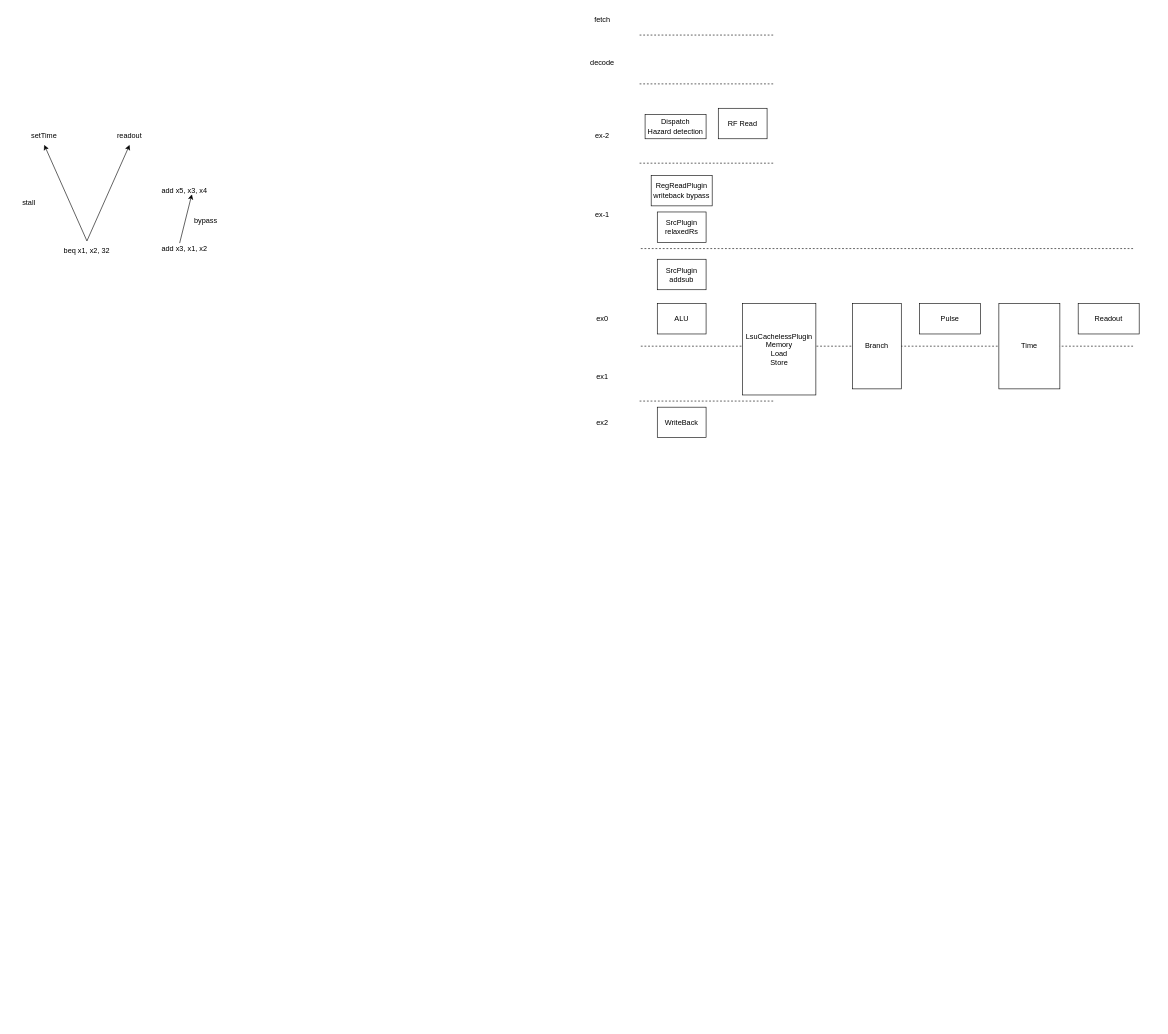
Earlier version of the draw.io diagram page "Page-1" (1 of 2) of pipeline.drawio (ethanlee515/riscq). Source tidied: cells renumbered, new cells numbered last; positions are measured from the earlier drawing's top-left corner, leaving out a move shared by most shapes. Both pictures are drawn from the tidied source at 61%, with x=0, y=0 at pixel (10, 10).
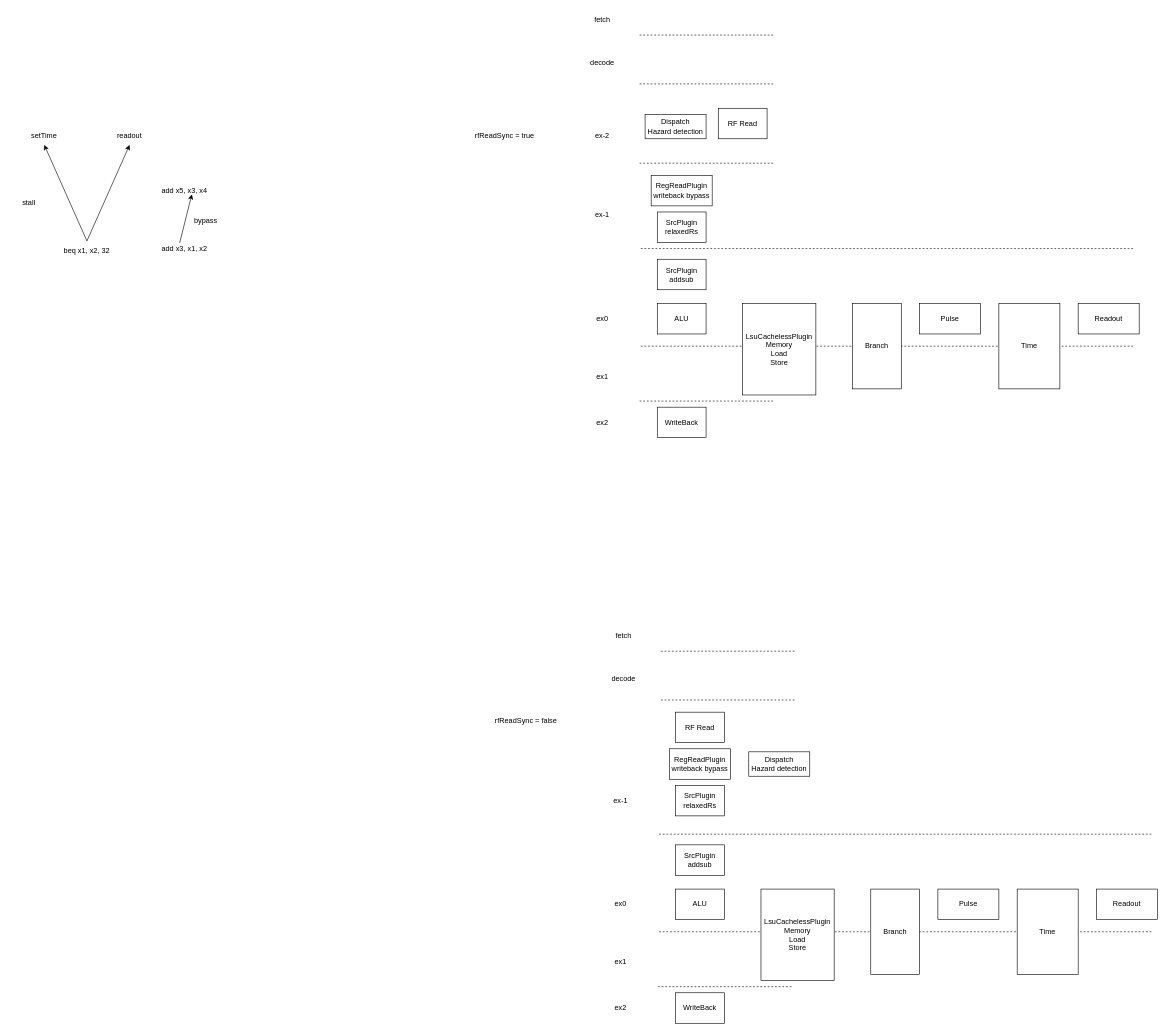
Above is the later version.

What changed in the source:
```diff
@@
+    <mxCell id="37" value="rfReadSync = true" style="text;html=1;strokeColor=none;fillColor=none;align=center;verticalAlign=middle;whiteSpace=wrap;rounded=0;" parent="1" vertex="1">
+      <mxGeometry x="760" y="190" width="100" height="30" as="geometry" />
+    </mxCell>
+    <mxCell id="38" style="endArrow=none;dashed=1;html=1;" parent="1" edge="1">
+      <mxGeometry relative="1" as="geometry">
+        <mxPoint x="1285" y="1130" as="sourcePoint" />
+        <mxPoint x="1065" y="1130" as="targetPoint" />
+      </mxGeometry>
+    </mxCell>
+    <mxCell id="39" value="fetch" style="text;html=1;strokeColor=none;fillColor=none;align=center;verticalAlign=middle;whiteSpace=wrap;rounded=0;" parent="1" vertex="1">
+      <mxGeometry x="975" y="1010" width="60" height="30" as="geometry" />
+    </mxCell>
+    <mxCell id="40" style="endArrow=none;dashed=1;html=1;" parent="1" edge="1">
+      <mxGeometry relative="1" as="geometry">
+        <mxPoint x="1870" y="1350" as="sourcePoint" />
+        <mxPoint x="1060" y="1350" as="targetPoint" />
+      </mxGeometry>
+    </mxCell>
+    <mxCell id="41" value="ex-1" style="text;html=1;strokeColor=none;fillColor=none;align=center;verticalAlign=middle;whiteSpace=wrap;rounded=0;" parent="1" vertex="1">
+      <mxGeometry x="970" y="1280" width="60" height="30" as="geometry" />
+    </mxCell>
+    <mxCell id="42" style="endArrow=none;dashed=1;html=1;" parent="1" edge="1">
+      <mxGeometry relative="1" as="geometry">
+        <mxPoint x="1870" y="1510" as="sourcePoint" />
+        <mxPoint x="1060" y="1510" as="targetPoint" />
+      </mxGeometry>
+    </mxCell>
+    <mxCell id="43" value="ex0" style="text;html=1;strokeColor=none;fillColor=none;align=center;verticalAlign=middle;whiteSpace=wrap;rounded=0;" parent="1" vertex="1">
+      <mxGeometry x="970" y="1450" width="60" height="30" as="geometry" />
+    </mxCell>
+    <mxCell id="44" value="RF Read" style="rounded=0;whiteSpace=wrap;html=1;" parent="1" vertex="1">
+      <mxGeometry x="1090" y="1150" width="80" height="50" as="geometry" />
+    </mxCell>
+    <mxCell id="45" style="endArrow=none;dashed=1;html=1;" parent="1" edge="1">
+      <mxGeometry relative="1" as="geometry">
+        <mxPoint x="1280" y="1600" as="sourcePoint" />
+        <mxPoint x="1060" y="1600" as="targetPoint" />
+      </mxGeometry>
+    </mxCell>
+    <mxCell id="46" value="ex1" style="text;html=1;strokeColor=none;fillColor=none;align=center;verticalAlign=middle;whiteSpace=wrap;rounded=0;" parent="1" vertex="1">
+      <mxGeometry x="970" y="1545" width="60" height="30" as="geometry" />
+    </mxCell>
+    <mxCell id="47" value="ALU" style="rounded=0;whiteSpace=wrap;html=1;" parent="1" vertex="1">
+      <mxGeometry x="1090" y="1440" width="80" height="50" as="geometry" />
+    </mxCell>
+    <mxCell id="48" value="WriteBack" style="rounded=0;whiteSpace=wrap;html=1;" parent="1" vertex="1">
+      <mxGeometry x="1090" y="1610" width="80" height="50" as="geometry" />
+    </mxCell>
+    <mxCell id="49" value="&lt;div&gt;LsuCachelessPlugin&lt;/div&gt;Memory&lt;div&gt;Load&lt;/div&gt;&lt;div&gt;Store&lt;/div&gt;" style="rounded=0;whiteSpace=wrap;html=1;" parent="1" vertex="1">
+      <mxGeometry x="1230" y="1440" width="120" height="150" as="geometry" />
+    </mxCell>
+    <mxCell id="50" value="Dispatch&lt;br&gt;Hazard detection" style="rounded=0;whiteSpace=wrap;html=1;" parent="1" vertex="1">
+      <mxGeometry x="1210" y="1215" width="100" height="40" as="geometry" />
+    </mxCell>
+    <mxCell id="51" value="ex2" style="text;html=1;strokeColor=none;fillColor=none;align=center;verticalAlign=middle;whiteSpace=wrap;rounded=0;" parent="1" vertex="1">
+      <mxGeometry x="970" y="1620" width="60" height="30" as="geometry" />
+    </mxCell>
+    <mxCell id="52" value="Pulse" style="rounded=0;whiteSpace=wrap;html=1;" parent="1" vertex="1">
+      <mxGeometry x="1520" y="1440" width="100" height="50" as="geometry" />
+    </mxCell>
+    <mxCell id="53" value="Branch" style="rounded=0;whiteSpace=wrap;html=1;" parent="1" vertex="1">
+      <mxGeometry x="1410" y="1440" width="80" height="140" as="geometry" />
+    </mxCell>
+    <mxCell id="54" style="endArrow=none;dashed=1;html=1;" parent="1" edge="1">
+      <mxGeometry relative="1" as="geometry">
+        <mxPoint x="1285" y="1050" as="sourcePoint" />
+        <mxPoint x="1065" y="1050" as="targetPoint" />
+      </mxGeometry>
+    </mxCell>
+    <mxCell id="55" value="decode" style="text;html=1;strokeColor=none;fillColor=none;align=center;verticalAlign=middle;whiteSpace=wrap;rounded=0;" parent="1" vertex="1">
+      <mxGeometry x="975" y="1080" width="60" height="30" as="geometry" />
+    </mxCell>
+    <mxCell id="56" value="Readout" style="rounded=0;whiteSpace=wrap;html=1;" parent="1" vertex="1">
+      <mxGeometry x="1780" y="1440" width="100" height="50" as="geometry" />
+    </mxCell>
+    <mxCell id="57" value="Time&lt;br&gt;" style="rounded=0;whiteSpace=wrap;html=1;" parent="1" vertex="1">
+      <mxGeometry x="1650" y="1440" width="100" height="140" as="geometry" />
+    </mxCell>
+    <mxCell id="58" value="&lt;div&gt;RegReadPlugin&lt;/div&gt;writeback bypass" style="rounded=0;whiteSpace=wrap;html=1;" parent="1" vertex="1">
+      <mxGeometry x="1080" y="1210" width="100" height="50" as="geometry" />
+    </mxCell>
+    <mxCell id="59" value="SrcPlugin&lt;div&gt;relaxedRs&lt;/div&gt;" style="rounded=0;whiteSpace=wrap;html=1;" parent="1" vertex="1">
+      <mxGeometry x="1090" y="1270" width="80" height="50" as="geometry" />
+    </mxCell>
+    <mxCell id="60" value="SrcPlugin&lt;div&gt;addsub&lt;/div&gt;" style="rounded=0;whiteSpace=wrap;html=1;" parent="1" vertex="1">
+      <mxGeometry x="1090" y="1367.5" width="80" height="50" as="geometry" />
+    </mxCell>
+    <mxCell id="61" value="rfReadSync = false" style="text;html=1;strokeColor=none;fillColor=none;align=center;verticalAlign=middle;whiteSpace=wrap;rounded=0;" parent="1" vertex="1">
+      <mxGeometry x="790" y="1150" width="110" height="30" as="geometry" />
+    </mxCell>
```
